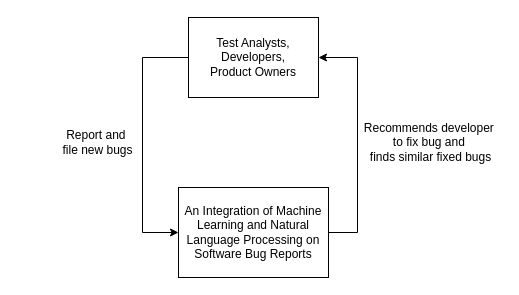
Above: joane/BTS/diagrams/context diagram.drawio in jengfad/capstone (draw.io), before the change. Source tidied: cells renumbered, new cells numbered last; positions are measured from the earlier drawing's top-left corner, leaving out a move shared by most shapes. Both pictures are drawn from the tidied source at 100%, with x=0, y=0 at pixel (17, 17).
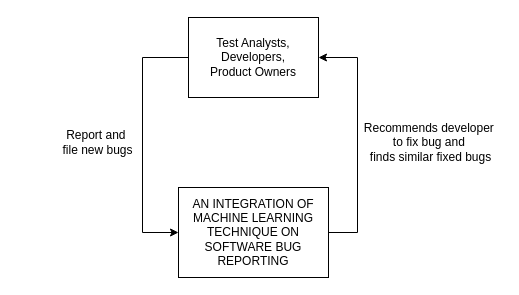
The same diagram, later.

The edit, as a diff of the source:
```diff
@@
 <mxGraphModel>
   <root>
     <mxCell id="0" />
     <mxCell id="1" parent="0" />
     <mxCell id="2" style="edgeStyle=orthogonalEdgeStyle;rounded=0;jettySize=auto;html=1;entryX=0;entryY=0.5;entryDx=0;entryDy=0;exitX=0;exitY=0.5;exitDx=0;exitDy=0;" parent="1" edge="1" source="3" target="4">
       <mxGeometry relative="1" as="geometry">
         <Array as="points">
           <mxPoint x="125" y="40" />
           <mxPoint x="125" y="215" />
         </Array>
       </mxGeometry>
     </mxCell>
     <mxCell id="3" value="Test Analysts,&lt;br&gt;Developers,&lt;br&gt;Product Owners" style="whiteSpace=wrap;html=1;align=center;" parent="1" vertex="1">
       <mxGeometry x="171" width="130" height="80" as="geometry" />
     </mxCell>
-    <mxCell id="4" value="An Integration of Machine Learning and Natural Language Processing on Software Bug Reports" style="whiteSpace=wrap;html=1;align=center;" parent="1" vertex="1">
+    <mxCell id="4" value="AN INTEGRATION OF MACHINE LEARNING TECHNIQUE ON SOFTWARE BUG REPORTING" style="whiteSpace=wrap;html=1;align=center;" parent="1" vertex="1">
       <mxGeometry x="161" y="170" width="150" height="90" as="geometry" />
     </mxCell>
     <mxCell id="5" style="edgeStyle=orthogonalEdgeStyle;rounded=0;jettySize=auto;html=1;entryX=1;entryY=0.5;entryDx=0;entryDy=0;exitX=1;exitY=0.5;exitDx=0;exitDy=0;endArrow=none;endFill=0;startArrow=classic;startFill=1;" parent="1" edge="1" source="3" target="4">
       <mxGeometry relative="1" as="geometry">
         <Array as="points">
           <mxPoint x="340" y="40" />
           <mxPoint x="340" y="215" />
         </Array>
       </mxGeometry>
     </mxCell>
     <mxCell id="6" value="&lt;blockquote style=&quot;margin: 0 0 0 40px ; border: none ; padding: 0px&quot;&gt;Report and&amp;nbsp;&lt;/blockquote&gt;&lt;blockquote style=&quot;margin: 0 0 0 40px ; border: none ; padding: 0px&quot;&gt;file new bugs&lt;/blockquote&gt;" style="text;html=1;align=center;verticalAlign=middle;strokeColor=none;" parent="1" vertex="1">
       <mxGeometry y="109.5" width="120" height="31" as="geometry" />
     </mxCell>
     <mxCell id="7" value="&lt;blockquote style=&quot;margin: 0 0 0 40px ; border: none ; padding: 0px&quot;&gt;Recommends developer&amp;nbsp;&lt;/blockquote&gt;&lt;blockquote style=&quot;margin: 0 0 0 40px ; border: none ; padding: 0px&quot;&gt;to fix bug&amp;nbsp;&lt;span&gt;and&amp;nbsp;&lt;/span&gt;&lt;/blockquote&gt;&lt;blockquote style=&quot;margin: 0 0 0 40px ; border: none ; padding: 0px&quot;&gt;&lt;span&gt;finds similar fixed bugs&lt;/span&gt;&lt;/blockquote&gt;" style="text;html=1;align=center;verticalAlign=middle;strokeColor=none;" parent="1" vertex="1">
       <mxGeometry x="301" y="102.5" width="184" height="45" as="geometry" />
     </mxCell>
   </root>
 </mxGraphModel>
```
